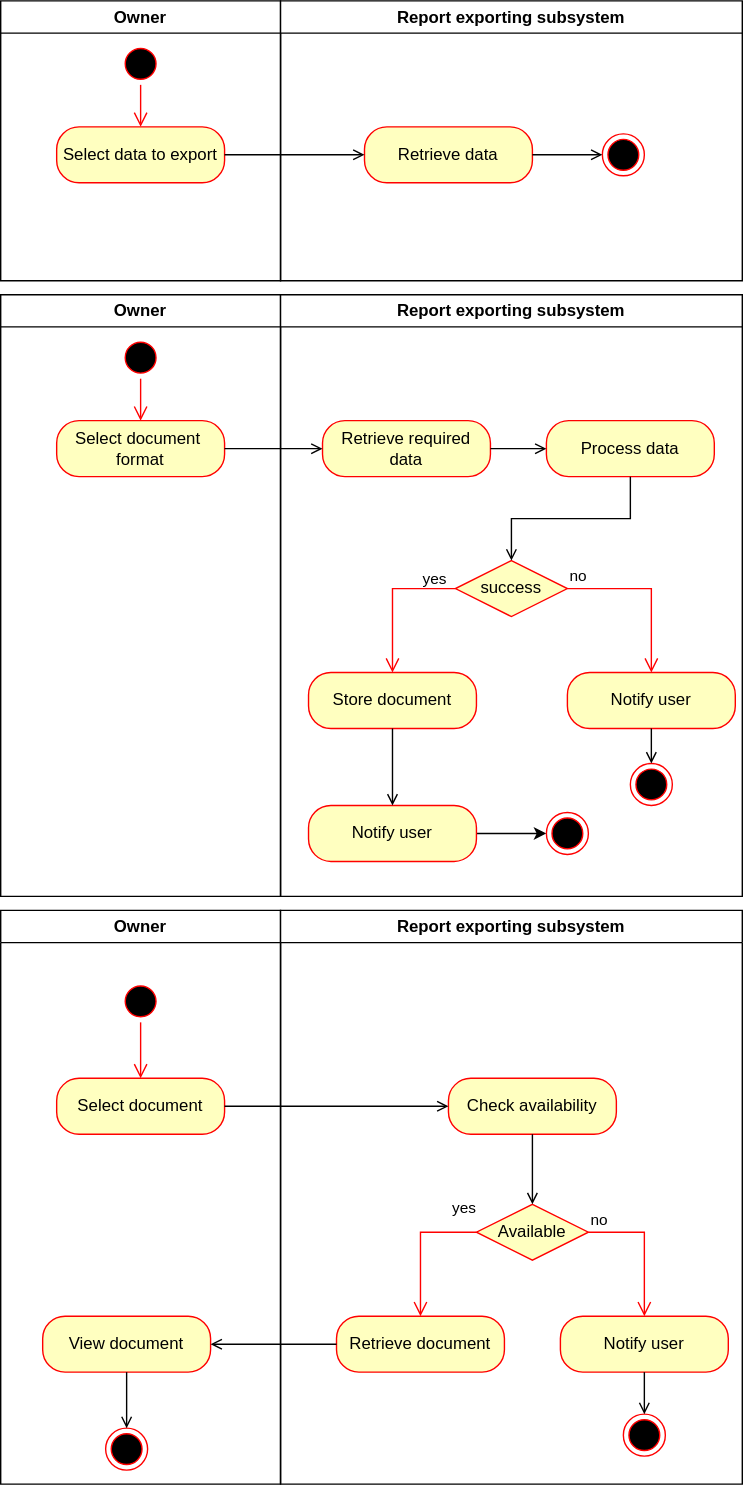
The draw.io diagram Export_Doc_Activity.svg in Simamkele88/IFM3_GP, before a commit. Source tidied: cells renumbered, new cells last; positions are measured from the earlier drawing's top-left corner, leaving out a move shared by most shapes. Source of this version:
```xml
<mxGraphModel>
  <root>
    <mxCell id="0" />
    <mxCell id="1" parent="0" />
    <mxCell id="2" value="Owner" style="swimlane;whiteSpace=wrap;html=1;" parent="1" vertex="1">
      <mxGeometry width="200" height="200" as="geometry" />
    </mxCell>
    <mxCell id="3" value="Select data to export" style="rounded=1;whiteSpace=wrap;html=1;strokeColor=#ff0000;align=center;verticalAlign=middle;arcSize=40;fontFamily=Helvetica;fontSize=12;fontColor=#000000;fillColor=#ffffc0;" parent="2" vertex="1">
      <mxGeometry x="40" y="90" width="120" height="40" as="geometry" />
    </mxCell>
    <mxCell id="4" style="ellipse;html=1;shape=startState;fillColor=#000000;strokeColor=#ff0000;" parent="2" vertex="1">
      <mxGeometry x="85" y="30" width="30" height="30" as="geometry" />
    </mxCell>
    <mxCell id="5" style="edgeStyle=orthogonalEdgeStyle;html=1;verticalAlign=bottom;endArrow=open;endSize=8;strokeColor=#ff0000;rounded=0;entryX=0.5;entryY=0;entryDx=0;entryDy=0;" parent="2" edge="1" source="4" target="3">
      <mxGeometry relative="1" as="geometry" />
    </mxCell>
    <mxCell id="6" value="Report exporting subsystem" style="swimlane;whiteSpace=wrap;html=1;" parent="1" vertex="1">
      <mxGeometry x="200" width="330" height="200" as="geometry" />
    </mxCell>
    <mxCell id="7" value="Retrieve data" style="rounded=1;whiteSpace=wrap;html=1;strokeColor=#ff0000;align=center;verticalAlign=middle;arcSize=40;fontFamily=Helvetica;fontSize=12;fontColor=#000000;fillColor=#ffffc0;" parent="6" vertex="1">
      <mxGeometry x="60" y="90" width="120" height="40" as="geometry" />
    </mxCell>
    <mxCell id="8" style="ellipse;html=1;shape=endState;fillColor=#000000;strokeColor=#ff0000;" parent="6" vertex="1">
      <mxGeometry x="230" y="95" width="30" height="30" as="geometry" />
    </mxCell>
    <mxCell id="9" style="endArrow=open;html=1;rounded=0;exitX=1;exitY=0.5;exitDx=0;exitDy=0;entryX=0;entryY=0.5;entryDx=0;entryDy=0;endFill=0;" parent="1" edge="1" source="3" target="7">
      <mxGeometry relative="1" as="geometry" />
    </mxCell>
    <mxCell id="10" value="Owner" style="swimlane;whiteSpace=wrap;html=1;" parent="1" vertex="1">
      <mxGeometry y="210" width="200" height="430" as="geometry" />
    </mxCell>
    <mxCell id="11" style="ellipse;html=1;shape=startState;fillColor=#000000;strokeColor=#ff0000;" parent="10" vertex="1">
      <mxGeometry x="85" y="30" width="30" height="30" as="geometry" />
    </mxCell>
    <mxCell id="12" style="edgeStyle=orthogonalEdgeStyle;html=1;verticalAlign=bottom;endArrow=open;endSize=8;strokeColor=#ff0000;rounded=0;entryX=0.5;entryY=0;entryDx=0;entryDy=0;" parent="10" edge="1" source="11" target="13">
      <mxGeometry relative="1" as="geometry" />
    </mxCell>
    <mxCell id="13" value="Select document&amp;nbsp;&lt;div&gt;format&lt;/div&gt;" style="rounded=1;whiteSpace=wrap;html=1;strokeColor=#ff0000;align=center;verticalAlign=middle;arcSize=40;fontFamily=Helvetica;fontSize=12;fontColor=#000000;fillColor=#ffffc0;" parent="10" vertex="1">
      <mxGeometry x="40" y="90" width="120" height="40" as="geometry" />
    </mxCell>
    <mxCell id="14" value="Report exporting subsystem" style="swimlane;whiteSpace=wrap;html=1;" parent="1" vertex="1">
      <mxGeometry x="200" y="210" width="330" height="430" as="geometry" />
    </mxCell>
    <mxCell id="15" value="Retrieve required&lt;div&gt;data&lt;span style=&quot;color: rgba(0, 0, 0, 0); font-family: monospace; font-size: 0px; text-align: start; text-wrap-mode: nowrap; background-color: transparent;&quot;&gt;%3CmxGraphModel%3E%3Croot%3E%3CmxCell%20id%3D%220%22%2F%3E%3CmxCell%20id%3D%221%22%20parent%3D%220%22%2F%3E%3CmxCell%20id%3D%222%22%20value%3D%22Request%20document%22%20style%3D%22rounded%3D1%3BwhiteSpace%3Dwrap%3Bhtml%3D1%3B%22%20vertex%3D%221%22%20parent%3D%221%22%3E%3CmxGeometry%20x%3D%22240%22%20y%3D%22340%22%20width%3D%22120%22%20height%3D%2240%22%20as%3D%22geometry%22%2F%3E%3C%2FmxCell%3E%3C%2Froot%3E%3C%2FmxGraphModel%3E&lt;/span&gt;&lt;/div&gt;" style="rounded=1;whiteSpace=wrap;html=1;strokeColor=#ff0000;align=center;verticalAlign=middle;arcSize=40;fontFamily=Helvetica;fontSize=12;fontColor=#000000;fillColor=#ffffc0;" parent="14" vertex="1">
      <mxGeometry x="30" y="90" width="120" height="40" as="geometry" />
    </mxCell>
    <mxCell id="16" value="Process data" style="rounded=1;whiteSpace=wrap;html=1;strokeColor=#ff0000;align=center;verticalAlign=middle;arcSize=40;fontFamily=Helvetica;fontSize=12;fontColor=#000000;fillColor=#ffffc0;" parent="14" vertex="1">
      <mxGeometry x="190" y="90" width="120" height="40" as="geometry" />
    </mxCell>
    <mxCell id="17" style="endArrow=open;html=1;rounded=0;exitX=1;exitY=0.5;exitDx=0;exitDy=0;entryX=0;entryY=0.5;entryDx=0;entryDy=0;endFill=0;" parent="14" edge="1" source="15" target="16">
      <mxGeometry relative="1" as="geometry" />
    </mxCell>
    <mxCell id="18" value="success" style="rhombus;whiteSpace=wrap;html=1;fontColor=#000000;fillColor=#ffffc0;strokeColor=#ff0000;" parent="14" vertex="1">
      <mxGeometry x="125" y="190" width="80" height="40" as="geometry" />
    </mxCell>
    <mxCell id="19" value="no" style="edgeStyle=orthogonalEdgeStyle;html=1;align=left;verticalAlign=bottom;endArrow=open;endSize=8;strokeColor=#ff0000;rounded=0;entryX=0.5;entryY=0;entryDx=0;entryDy=0;" parent="14" edge="1" source="18" target="22">
      <mxGeometry x="-1" relative="1" as="geometry">
        <Array as="points">
          <mxPoint x="265" y="210" />
        </Array>
      </mxGeometry>
    </mxCell>
    <mxCell id="20" value="yes" style="edgeStyle=orthogonalEdgeStyle;html=1;align=left;verticalAlign=top;endArrow=open;endSize=8;strokeColor=#ff0000;rounded=0;exitX=0;exitY=0.5;exitDx=0;exitDy=0;entryX=0.5;entryY=0;entryDx=0;entryDy=0;" parent="14" edge="1" source="18" target="23">
      <mxGeometry x="-0.52" y="-20" relative="1" as="geometry">
        <Array as="points">
          <mxPoint x="80" y="210" />
        </Array>
      </mxGeometry>
    </mxCell>
    <mxCell id="21" style="endArrow=open;html=1;rounded=0;exitX=0.5;exitY=1;exitDx=0;exitDy=0;entryX=0.5;entryY=0;entryDx=0;entryDy=0;endFill=0;edgeStyle=orthogonalEdgeStyle;" parent="14" edge="1" source="16" target="18">
      <mxGeometry relative="1" as="geometry" />
    </mxCell>
    <mxCell id="22" value="Notify user" style="rounded=1;whiteSpace=wrap;html=1;strokeColor=#ff0000;align=center;verticalAlign=middle;arcSize=40;fontFamily=Helvetica;fontSize=12;fontColor=#000000;fillColor=#ffffc0;" parent="14" vertex="1">
      <mxGeometry x="205" y="270" width="120" height="40" as="geometry" />
    </mxCell>
    <mxCell id="23" value="Store document" style="rounded=1;whiteSpace=wrap;html=1;strokeColor=#ff0000;align=center;verticalAlign=middle;arcSize=40;fontFamily=Helvetica;fontSize=12;fontColor=#000000;fillColor=#ffffc0;" parent="14" vertex="1">
      <mxGeometry x="20" y="270" width="120" height="40" as="geometry" />
    </mxCell>
    <mxCell id="24" style="ellipse;html=1;shape=endState;fillColor=#000000;strokeColor=#ff0000;" parent="14" vertex="1">
      <mxGeometry x="250" y="335" width="30" height="30" as="geometry" />
    </mxCell>
    <mxCell id="25" style="endArrow=open;html=1;rounded=0;exitX=0.5;exitY=1;exitDx=0;exitDy=0;endFill=0;entryX=0.5;entryY=0;entryDx=0;entryDy=0;" parent="14" edge="1" source="22" target="24">
      <mxGeometry relative="1" as="geometry" />
    </mxCell>
    <mxCell id="26" style="edgeStyle=orthogonalEdgeStyle;rounded=0;jettySize=auto;html=1;exitX=1;exitY=0.5;exitDx=0;exitDy=0;entryX=0;entryY=0.5;entryDx=0;entryDy=0;" parent="14" edge="1" source="27" target="29">
      <mxGeometry relative="1" as="geometry" />
    </mxCell>
    <mxCell id="27" value="Notify user" style="rounded=1;whiteSpace=wrap;html=1;strokeColor=#ff0000;align=center;verticalAlign=middle;arcSize=40;fontFamily=Helvetica;fontSize=12;fontColor=#000000;fillColor=#ffffc0;" parent="14" vertex="1">
      <mxGeometry x="20" y="365" width="120" height="40" as="geometry" />
    </mxCell>
    <mxCell id="28" style="endArrow=open;html=1;rounded=0;exitX=0.5;exitY=1;exitDx=0;exitDy=0;endFill=0;entryX=0.5;entryY=0;entryDx=0;entryDy=0;" parent="14" edge="1" source="23" target="27">
      <mxGeometry relative="1" as="geometry" />
    </mxCell>
    <mxCell id="29" style="ellipse;html=1;shape=endState;fillColor=#000000;strokeColor=#ff0000;" parent="14" vertex="1">
      <mxGeometry x="190" y="370" width="30" height="30" as="geometry" />
    </mxCell>
    <mxCell id="30" style="endArrow=open;html=1;rounded=0;exitX=1;exitY=0.5;exitDx=0;exitDy=0;entryX=0;entryY=0.5;entryDx=0;entryDy=0;endFill=0;" parent="1" edge="1" source="13" target="15">
      <mxGeometry relative="1" as="geometry" />
    </mxCell>
    <mxCell id="31" value="Owner" style="swimlane;whiteSpace=wrap;html=1;" parent="1" vertex="1">
      <mxGeometry y="650" width="200" height="410" as="geometry" />
    </mxCell>
    <mxCell id="32" value="Select document" style="rounded=1;whiteSpace=wrap;html=1;arcSize=40;fontColor=#000000;fillColor=#ffffc0;strokeColor=#ff0000;" parent="31" vertex="1">
      <mxGeometry x="40" y="120" width="120" height="40" as="geometry" />
    </mxCell>
    <mxCell id="33" style="ellipse;html=1;shape=startState;fillColor=#000000;strokeColor=#ff0000;" parent="31" vertex="1">
      <mxGeometry x="85" y="50" width="30" height="30" as="geometry" />
    </mxCell>
    <mxCell id="34" style="edgeStyle=orthogonalEdgeStyle;html=1;verticalAlign=bottom;endArrow=open;endSize=8;strokeColor=#ff0000;rounded=0;entryX=0.5;entryY=0;entryDx=0;entryDy=0;" parent="31" edge="1" source="33" target="32">
      <mxGeometry relative="1" as="geometry" />
    </mxCell>
    <mxCell id="35" value="View document" style="rounded=1;whiteSpace=wrap;html=1;strokeColor=#ff0000;align=center;verticalAlign=middle;arcSize=40;fontFamily=Helvetica;fontSize=12;fontColor=#000000;fillColor=#ffffc0;" parent="31" vertex="1">
      <mxGeometry x="30" y="290" width="120" height="40" as="geometry" />
    </mxCell>
    <mxCell id="36" style="ellipse;html=1;shape=endState;fillColor=#000000;strokeColor=#ff0000;" parent="31" vertex="1">
      <mxGeometry x="75" y="370" width="30" height="30" as="geometry" />
    </mxCell>
    <mxCell id="37" style="endArrow=open;html=1;rounded=0;exitX=0.5;exitY=1;exitDx=0;exitDy=0;endFill=0;entryX=0.5;entryY=0;entryDx=0;entryDy=0;" parent="31" edge="1" source="35" target="36">
      <mxGeometry relative="1" as="geometry" />
    </mxCell>
    <mxCell id="38" value="Report exporting subsystem" style="swimlane;whiteSpace=wrap;html=1;" parent="1" vertex="1">
      <mxGeometry x="200" y="650" width="330" height="410" as="geometry" />
    </mxCell>
    <mxCell id="39" value="Check availability" style="rounded=1;whiteSpace=wrap;html=1;arcSize=40;fontColor=#000000;fillColor=#ffffc0;strokeColor=#ff0000;" parent="38" vertex="1">
      <mxGeometry x="120" y="120" width="120" height="40" as="geometry" />
    </mxCell>
    <mxCell id="40" value="Available" style="rhombus;whiteSpace=wrap;html=1;fontColor=#000000;fillColor=#ffffc0;strokeColor=#ff0000;" parent="38" vertex="1">
      <mxGeometry x="140" y="210" width="80" height="40" as="geometry" />
    </mxCell>
    <mxCell id="41" value="no" style="edgeStyle=orthogonalEdgeStyle;html=1;align=left;verticalAlign=bottom;endArrow=open;endSize=8;strokeColor=#ff0000;rounded=0;" parent="38" edge="1" source="40">
      <mxGeometry x="-1" relative="1" as="geometry">
        <mxPoint x="260" y="290" as="targetPoint" />
        <Array as="points">
          <mxPoint x="260" y="230" />
        </Array>
      </mxGeometry>
    </mxCell>
    <mxCell id="42" value="yes" style="edgeStyle=orthogonalEdgeStyle;html=1;align=left;verticalAlign=top;endArrow=open;endSize=8;strokeColor=#ff0000;rounded=0;exitDx=0;exitDy=0;" parent="38" edge="1" source="40">
      <mxGeometry x="-0.62" y="-30" relative="1" as="geometry">
        <mxPoint x="100" y="290" as="targetPoint" />
        <Array as="points">
          <mxPoint x="100" y="230" />
        </Array>
      </mxGeometry>
    </mxCell>
    <mxCell id="43" style="endArrow=open;html=1;rounded=0;exitX=0.5;exitY=1;exitDx=0;exitDy=0;endFill=0;entryX=0.5;entryY=0;entryDx=0;entryDy=0;" parent="38" edge="1" source="39" target="40">
      <mxGeometry relative="1" as="geometry" />
    </mxCell>
    <mxCell id="44" value="Notify user" style="rounded=1;whiteSpace=wrap;html=1;strokeColor=#ff0000;align=center;verticalAlign=middle;arcSize=40;fontFamily=Helvetica;fontSize=12;fontColor=#000000;fillColor=#ffffc0;" parent="38" vertex="1">
      <mxGeometry x="200" y="290" width="120" height="40" as="geometry" />
    </mxCell>
    <mxCell id="45" value="Retrieve document" style="rounded=1;whiteSpace=wrap;html=1;strokeColor=#ff0000;align=center;verticalAlign=middle;arcSize=40;fontFamily=Helvetica;fontSize=12;fontColor=#000000;fillColor=#ffffc0;" parent="38" vertex="1">
      <mxGeometry x="40" y="290" width="120" height="40" as="geometry" />
    </mxCell>
    <mxCell id="46" style="ellipse;html=1;shape=endState;fillColor=#000000;strokeColor=#ff0000;" parent="38" vertex="1">
      <mxGeometry x="245" y="360" width="30" height="30" as="geometry" />
    </mxCell>
    <mxCell id="47" style="endArrow=open;html=1;rounded=0;exitX=0.5;exitY=1;exitDx=0;exitDy=0;endFill=0;entryX=0.5;entryY=0;entryDx=0;entryDy=0;" parent="38" edge="1" source="44" target="46">
      <mxGeometry relative="1" as="geometry" />
    </mxCell>
    <mxCell id="48" style="endArrow=open;html=1;rounded=0;exitX=1;exitY=0.5;exitDx=0;exitDy=0;endFill=0;entryX=0;entryY=0.5;entryDx=0;entryDy=0;" parent="1" edge="1" source="32" target="39">
      <mxGeometry relative="1" as="geometry" />
    </mxCell>
    <mxCell id="49" style="endArrow=open;html=1;rounded=0;exitX=0;exitY=0.5;exitDx=0;exitDy=0;endFill=0;" parent="1" edge="1" source="45" target="35">
      <mxGeometry relative="1" as="geometry" />
    </mxCell>
    <mxCell id="50" style="endArrow=open;html=1;rounded=0;entryX=0;entryY=0.5;entryDx=0;entryDy=0;endFill=0;" parent="1" edge="1" target="8">
      <mxGeometry relative="1" as="geometry">
        <mxPoint x="380" y="110" as="sourcePoint" />
      </mxGeometry>
    </mxCell>
  </root>
</mxGraphModel>
```
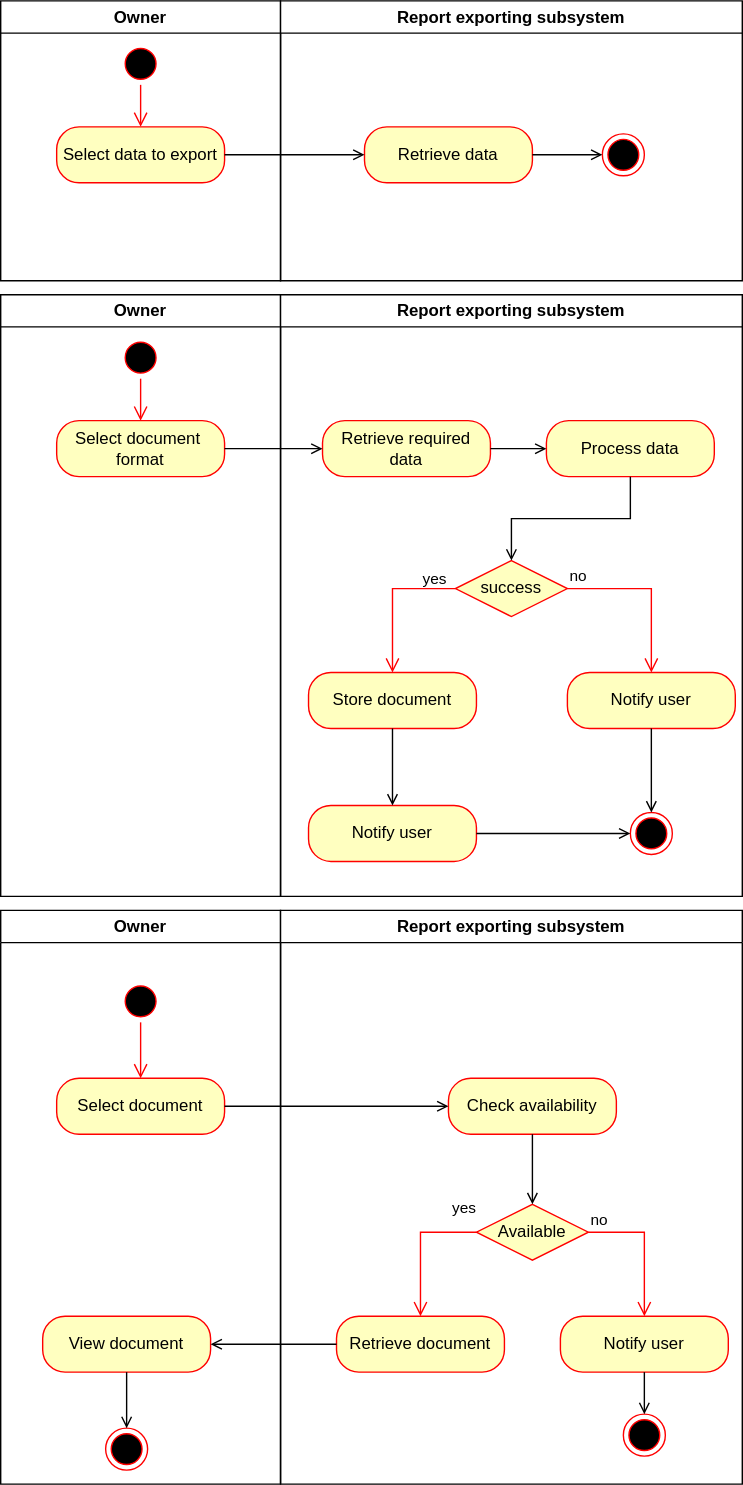
The same file after the commit.

The edit, as a diff of the source:
```diff
@@ -77,23 +77,20 @@
       <mxGeometry x="20" y="270" width="120" height="40" as="geometry" />
     </mxCell>
     <mxCell id="24" style="ellipse;html=1;shape=endState;fillColor=#000000;strokeColor=#ff0000;" parent="14" vertex="1">
-      <mxGeometry x="250" y="335" width="30" height="30" as="geometry" />
+      <mxGeometry x="250" y="370" width="30" height="30" as="geometry" />
     </mxCell>
     <mxCell id="25" style="endArrow=open;html=1;rounded=0;exitX=0.5;exitY=1;exitDx=0;exitDy=0;endFill=0;entryX=0.5;entryY=0;entryDx=0;entryDy=0;" parent="14" edge="1" source="22" target="24">
       <mxGeometry relative="1" as="geometry" />
     </mxCell>
-    <mxCell id="26" style="edgeStyle=orthogonalEdgeStyle;rounded=0;jettySize=auto;html=1;exitX=1;exitY=0.5;exitDx=0;exitDy=0;entryX=0;entryY=0.5;entryDx=0;entryDy=0;" parent="14" edge="1" source="27" target="29">
-      <mxGeometry relative="1" as="geometry" />
-    </mxCell>
     <mxCell id="27" value="Notify user" style="rounded=1;whiteSpace=wrap;html=1;strokeColor=#ff0000;align=center;verticalAlign=middle;arcSize=40;fontFamily=Helvetica;fontSize=12;fontColor=#000000;fillColor=#ffffc0;" parent="14" vertex="1">
       <mxGeometry x="20" y="365" width="120" height="40" as="geometry" />
     </mxCell>
     <mxCell id="28" style="endArrow=open;html=1;rounded=0;exitX=0.5;exitY=1;exitDx=0;exitDy=0;endFill=0;entryX=0.5;entryY=0;entryDx=0;entryDy=0;" parent="14" edge="1" source="23" target="27">
       <mxGeometry relative="1" as="geometry" />
     </mxCell>
-    <mxCell id="29" style="ellipse;html=1;shape=endState;fillColor=#000000;strokeColor=#ff0000;" parent="14" vertex="1">
-      <mxGeometry x="190" y="370" width="30" height="30" as="geometry" />
-    </mxCell>
+    <mxCell id="51" style="endArrow=open;html=1;rounded=0;exitX=1;exitY=0.5;exitDx=0;exitDy=0;entryX=0;entryY=0.5;entryDx=0;entryDy=0;endFill=0;" parent="14" edge="1" source="27" target="24">
+      <mxGeometry relative="1" as="geometry" />
+    </mxCell>
     <mxCell id="30" style="endArrow=open;html=1;rounded=0;exitX=1;exitY=0.5;exitDx=0;exitDy=0;entryX=0;entryY=0.5;entryDx=0;entryDy=0;endFill=0;" parent="1" edge="1" source="13" target="15">
       <mxGeometry relative="1" as="geometry" />
     </mxCell>
```
